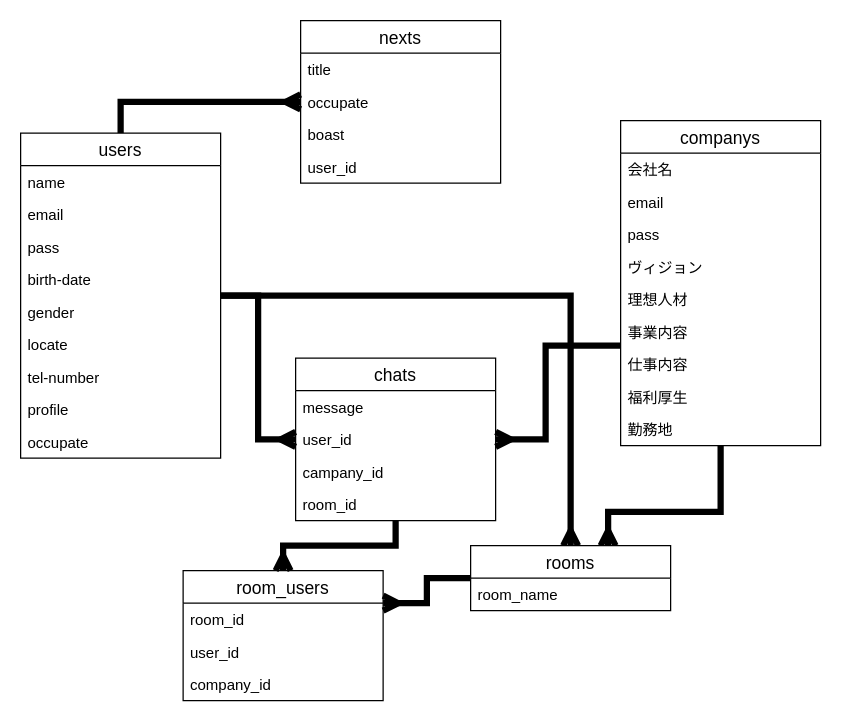
keiji-take/next_society keeps this draw.io diagram as ER.dio. Above is the earlier version. Source tidied: cells renumbered, new cells numbered last; positions are measured from the earlier drawing's top-left corner, leaving out a move shared by most shapes. Both pictures are drawn from the tidied source at 125%, with x=0, y=0 at pixel (20, 20).
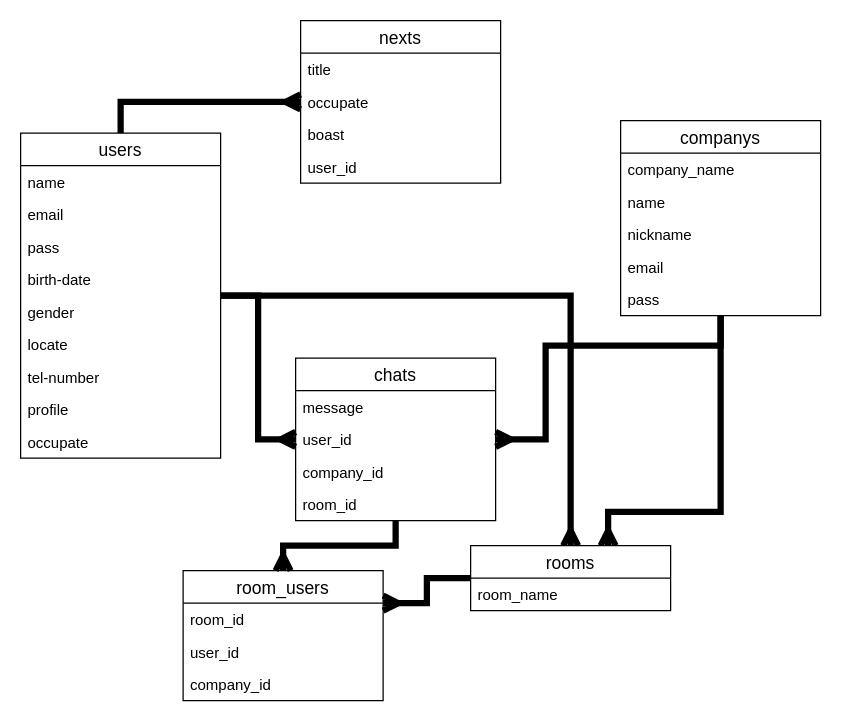
After the change.

The change refers to these unchanged cells:
```xml
<mxCell id="15" value="chats" style="swimlane;fontStyle=0;horizontal=1;startSize=26;align=center;fontSize=14;" parent="1" vertex="1">
  <mxGeometry x="220" y="270" width="160" height="130" as="geometry" />
</mxCell>
```

What changed in the source:
```diff
@@
-    <mxCell id="18" value="campany_id" style="text;strokeColor=none;fillColor=none;spacingLeft=4;spacingRight=4;overflow=hidden;fontSize=12;" parent="15" vertex="1">
+    <mxCell id="18" value="company_id" style="text;strokeColor=none;fillColor=none;spacingLeft=4;spacingRight=4;overflow=hidden;fontSize=12;" parent="15" vertex="1">
       <mxGeometry y="78" width="160" height="26" as="geometry" />
     </mxCell>
@@
     <mxCell id="30" value="companys" style="swimlane;fontStyle=0;horizontal=1;startSize=26;align=center;fontSize=14;" parent="1" vertex="1">
-      <mxGeometry x="480" y="80" width="160" height="260" as="geometry" />
+      <mxGeometry x="480" y="80" width="160" height="156" as="geometry" />
     </mxCell>
-    <mxCell id="31" value="会社名" style="text;strokeColor=none;fillColor=none;spacingLeft=4;spacingRight=4;overflow=hidden;fontSize=12;" parent="30" vertex="1">
+    <mxCell id="31" value="company_name" style="text;strokeColor=none;fillColor=none;spacingLeft=4;spacingRight=4;overflow=hidden;fontSize=12;" parent="30" vertex="1">
       <mxGeometry y="26" width="160" height="26" as="geometry" />
     </mxCell>
+    <mxCell id="45" value="name" style="text;strokeColor=none;fillColor=none;spacingLeft=4;spacingRight=4;overflow=hidden;fontSize=12;" parent="30" vertex="1">
+      <mxGeometry y="52" width="160" height="26" as="geometry" />
+    </mxCell>
+    <mxCell id="46" value="nickname&#10;" style="text;strokeColor=none;fillColor=none;spacingLeft=4;spacingRight=4;overflow=hidden;fontSize=12;" parent="30" vertex="1">
+      <mxGeometry y="78" width="160" height="26" as="geometry" />
+    </mxCell>
     <mxCell id="32" value="email" style="text;strokeColor=none;fillColor=none;spacingLeft=4;spacingRight=4;overflow=hidden;fontSize=12;" parent="30" vertex="1">
-      <mxGeometry y="52" width="160" height="26" as="geometry" />
+      <mxGeometry y="104" width="160" height="26" as="geometry" />
     </mxCell>
     <mxCell id="33" value="pass" style="text;strokeColor=none;fillColor=none;spacingLeft=4;spacingRight=4;overflow=hidden;fontSize=12;" parent="30" vertex="1">
-      <mxGeometry y="78" width="160" height="26" as="geometry" />
+      <mxGeometry y="130" width="160" height="26" as="geometry" />
     </mxCell>
-    <mxCell id="34" value="ヴィジョン" style="text;strokeColor=none;fillColor=none;spacingLeft=4;spacingRight=4;overflow=hidden;fontSize=12;" parent="30" vertex="1">
-      <mxGeometry y="104" width="160" height="26" as="geometry" />
-    </mxCell>
-    <mxCell id="35" value="理想人材" style="text;strokeColor=none;fillColor=none;spacingLeft=4;spacingRight=4;overflow=hidden;fontSize=12;" parent="30" vertex="1">
-      <mxGeometry y="130" width="160" height="26" as="geometry" />
-    </mxCell>
-    <mxCell id="36" value="事業内容" style="text;strokeColor=none;fillColor=none;spacingLeft=4;spacingRight=4;overflow=hidden;fontSize=12;" parent="30" vertex="1">
-      <mxGeometry y="156" width="160" height="26" as="geometry" />
-    </mxCell>
-    <mxCell id="37" value="仕事内容" style="text;strokeColor=none;fillColor=none;spacingLeft=4;spacingRight=4;overflow=hidden;fontSize=12;" parent="30" vertex="1">
-      <mxGeometry y="182" width="160" height="26" as="geometry" />
-    </mxCell>
-    <mxCell id="38" value="福利厚生" style="text;strokeColor=none;fillColor=none;spacingLeft=4;spacingRight=4;overflow=hidden;fontSize=12;" parent="30" vertex="1">
-      <mxGeometry y="208" width="160" height="26" as="geometry" />
-    </mxCell>
-    <mxCell id="39" value="勤務地" style="text;strokeColor=none;fillColor=none;spacingLeft=4;spacingRight=4;overflow=hidden;fontSize=12;" parent="30" vertex="1">
-      <mxGeometry y="234" width="160" height="26" as="geometry" />
-    </mxCell>
```
